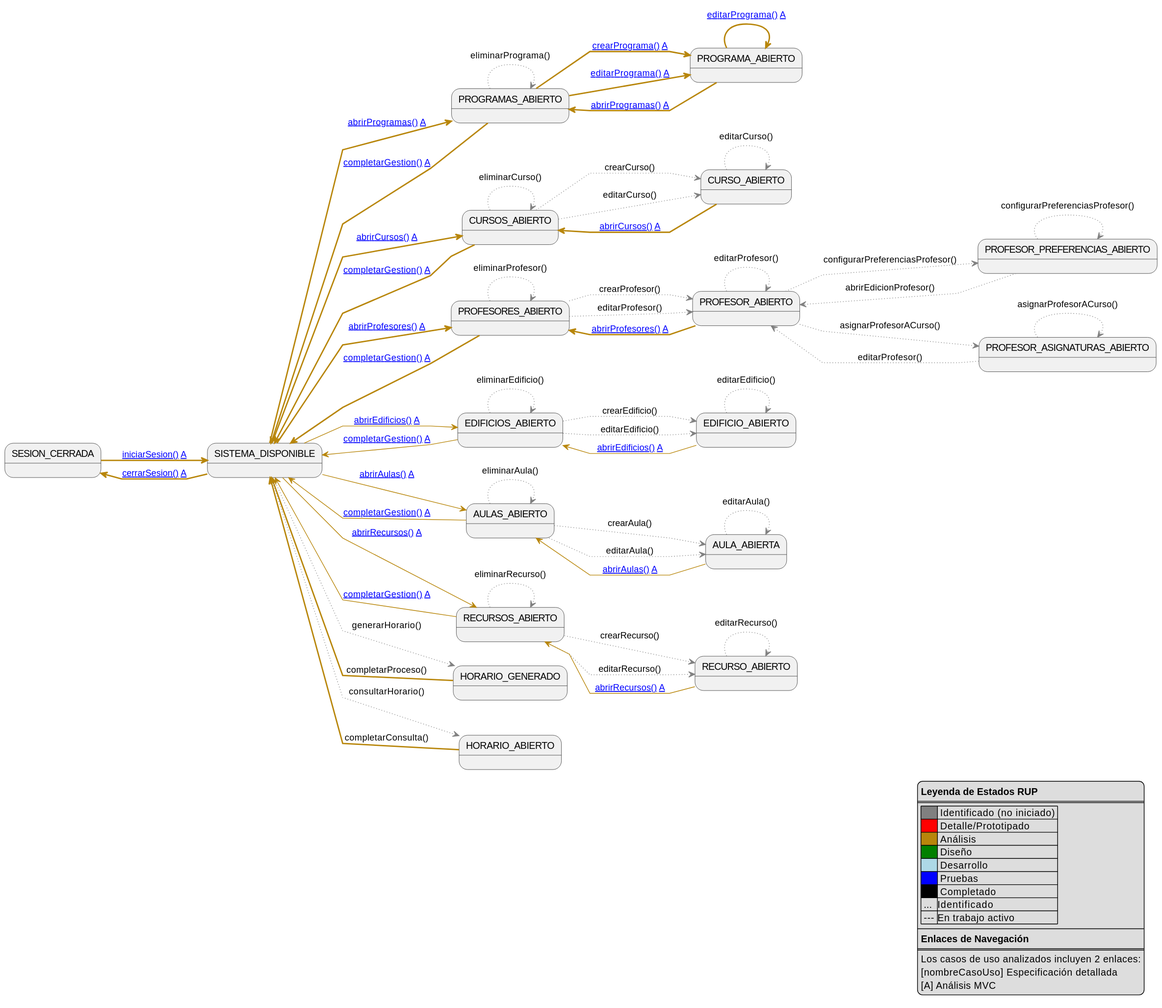
Above: images/RUP/99-seguimiento/diagrama-contexto-administrador.svg in Hexcss/scheduler (PlantUML), before the change.
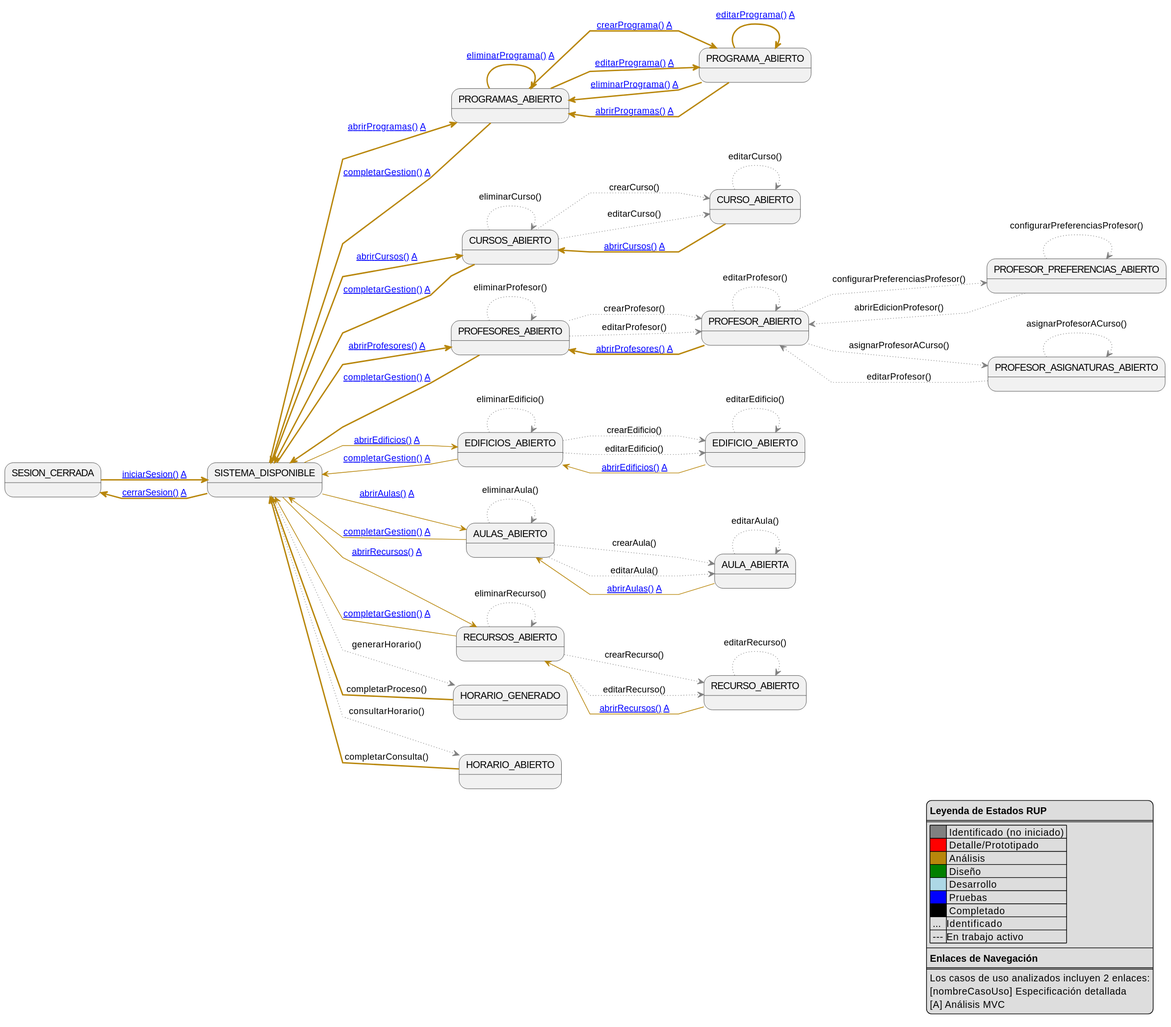
After the change.

Commit message:
feat:actualización del dashboard

What changed in the source:
```diff
@@ -61,8 +61,9 @@
 Asignaciones -[#gray,dotted]-> EditProfesor: editarProfesor()
 ListProgramas -[#darkgoldenrod,thickness=2]-> EditPrograma: [[https://github.com/mmasias/pySigHor/blob/main/RUP/00-casos-uso/02-detalle/crearPrograma/README.md crearPrograma()]] [[https://github.com/mmasias/pySigHor/blob/main/RUP/01-analisis/casos-uso/crearPrograma/README.md A]]
 ListProgramas -[#darkgoldenrod,thickness=2]-> EditPrograma: [[https://github.com/mmasias/pySigHor/blob/main/RUP/00-casos-uso/02-detalle/editarPrograma/README.md editarPrograma()]] [[https://github.com/mmasias/pySigHor/blob/main/RUP/01-analisis/casos-uso/editarPrograma/README.md A]]
-ListProgramas -[#gray,dotted]-> ListProgramas: eliminarPrograma()
+ListProgramas -[#darkgoldenrod,thickness=2]-> ListProgramas: [[https://github.com/mmasias/pySigHor/blob/main/RUP/00-casos-uso/02-detalle/eliminarPrograma/README.md eliminarPrograma()]] [[https://github.com/mmasias/pySigHor/blob/main/RUP/01-analisis/casos-uso/eliminarPrograma/README.md A]]
 EditPrograma -[#darkgoldenrod,thickness=2]-> EditPrograma: [[https://github.com/mmasias/pySigHor/blob/main/RUP/00-casos-uso/02-detalle/editarPrograma/README.md editarPrograma()]] [[https://github.com/mmasias/pySigHor/blob/main/RUP/01-analisis/casos-uso/editarPrograma/README.md A]]
+EditPrograma -[#darkgoldenrod,thickness=2]-> ListProgramas: [[https://github.com/mmasias/pySigHor/blob/main/RUP/00-casos-uso/02-detalle/eliminarPrograma/README.md eliminarPrograma()]] [[https://github.com/mmasias/pySigHor/blob/main/RUP/01-analisis/casos-uso/eliminarPrograma/README.md A]]
 EditPrograma -[#darkgoldenrod,thickness=2]-> ListProgramas: [[https://github.com/mmasias/pySigHor/blob/main/RUP/00-casos-uso/02-detalle/abrirProgramas/README.md abrirProgramas()]] [[https://github.com/mmasias/pySigHor/blob/main/RUP/01-analisis/casos-uso/abrirProgramas/README.md A]]
 ListCursos -[#gray,dotted]-> EditCurso: crearCurso()
 ListCursos -[#gray,dotted]-> EditCurso: editarCurso()
```
